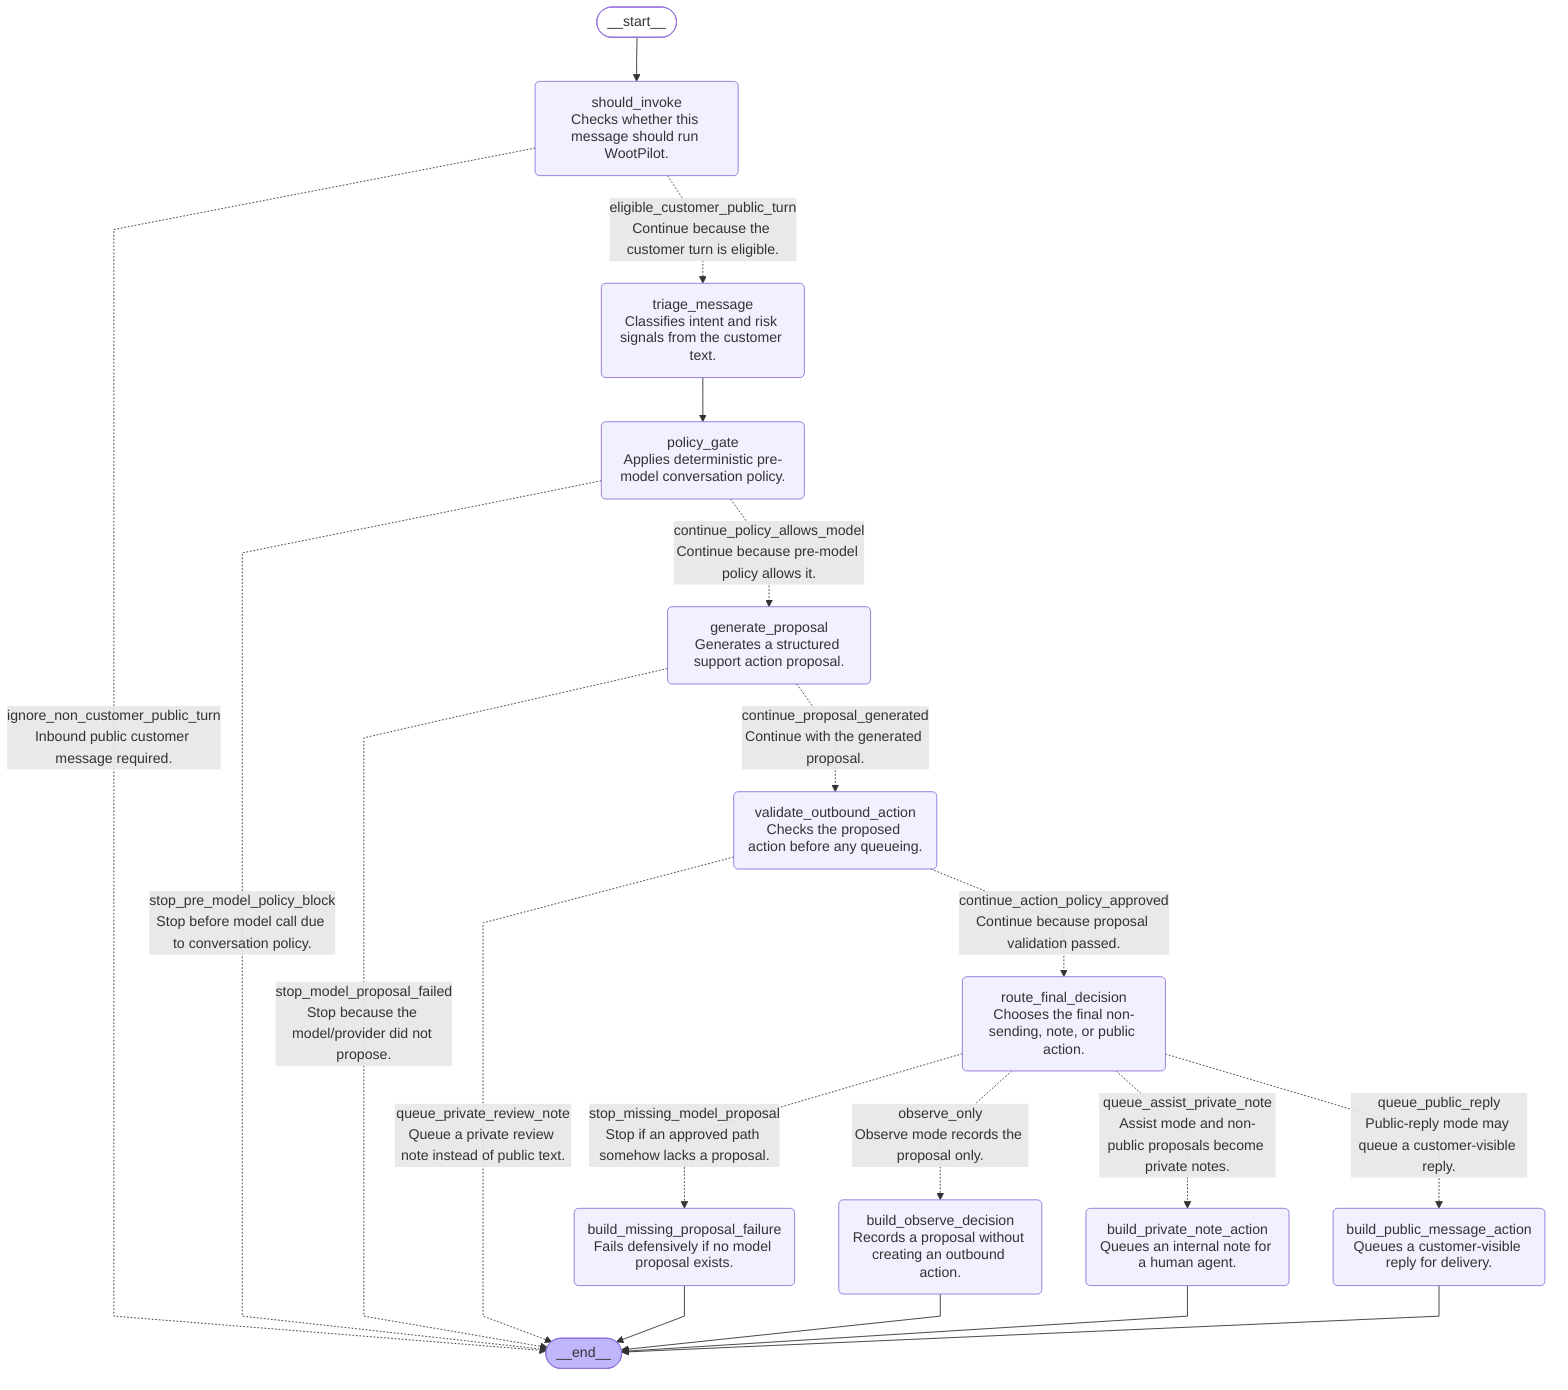
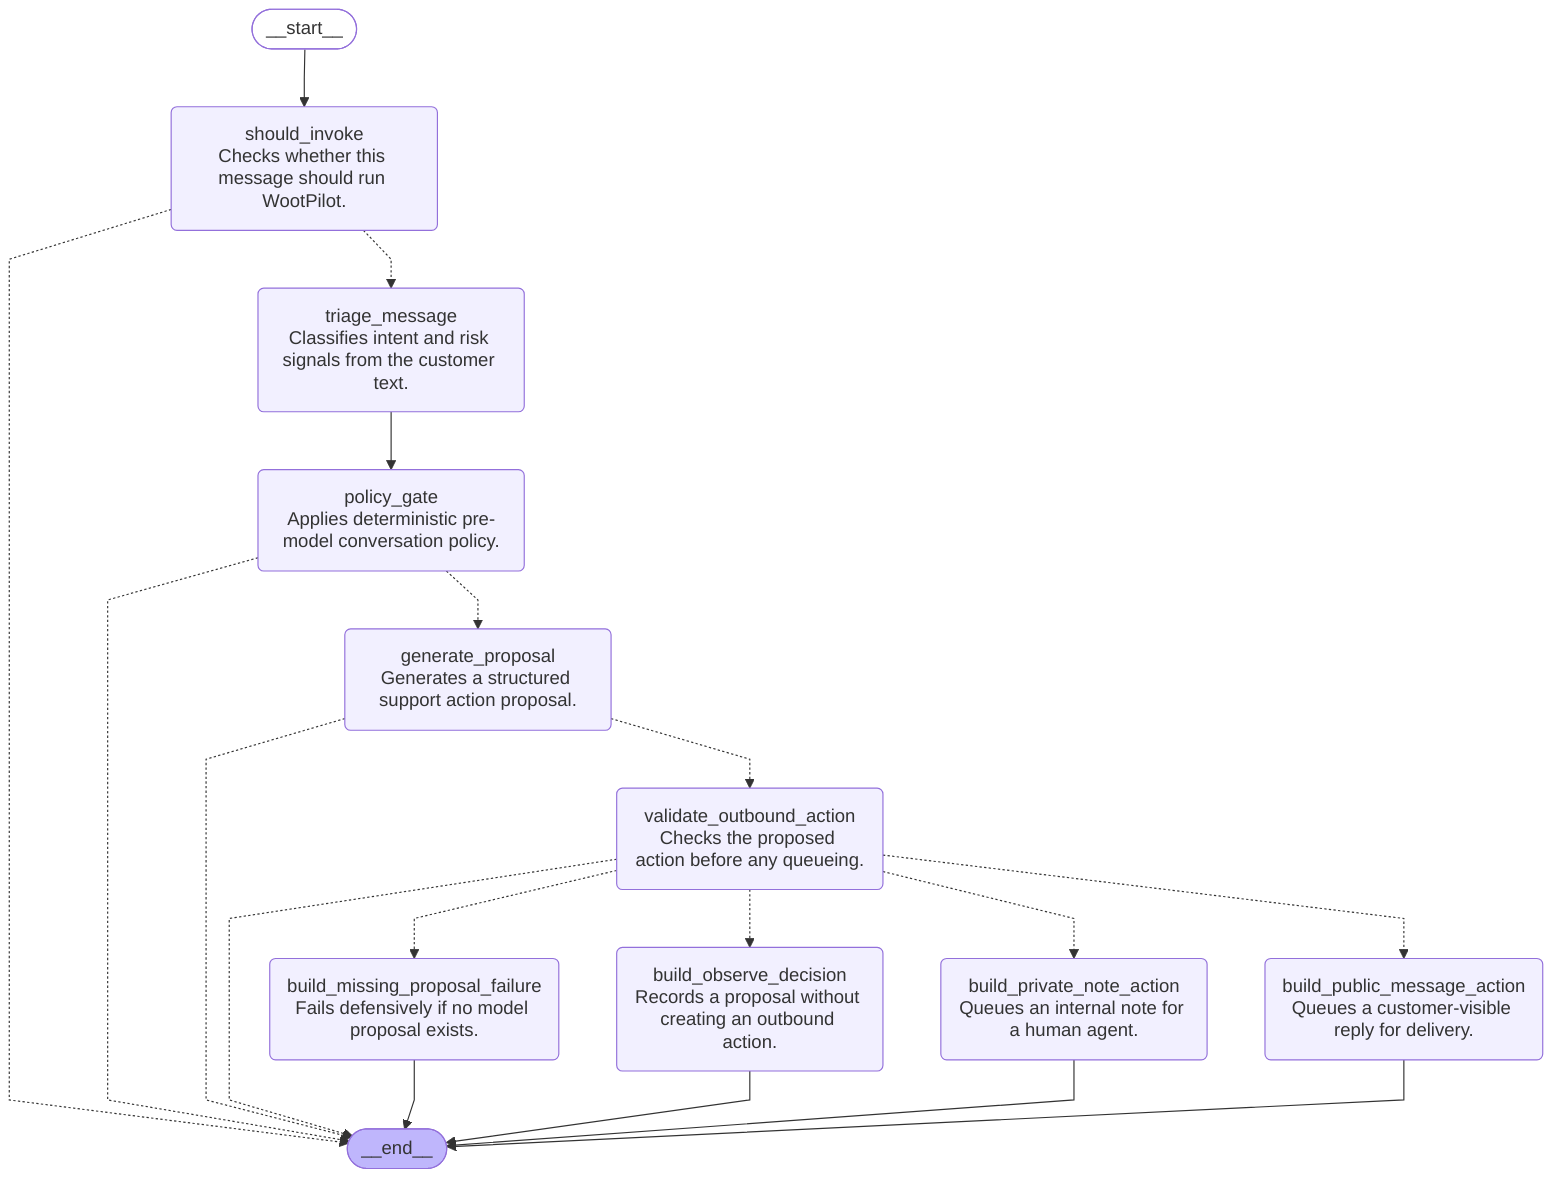
---
config:
  flowchart:
    curve: linear
---
graph TD;
	__start__([<p>__start__</p>]):::first
	should_invoke("should_invoke<br/>Checks whether this message should run WootPilot.")
	triage_message("triage_message<br/>Classifies intent and risk signals from the customer text.")
	policy_gate("policy_gate<br/>Applies deterministic pre-model conversation policy.")
	generate_proposal("generate_proposal<br/>Generates a structured support action proposal.")
	validate_outbound_action("validate_outbound_action<br/>Checks the proposed action before any queueing.")
- 	route_final_decision("route_final_decision<br/>Chooses the final non-sending, note, or public action.")
	build_observe_decision("build_observe_decision<br/>Records a proposal without creating an outbound action.")
	build_private_note_action("build_private_note_action<br/>Queues an internal note for a human agent.")
	build_public_message_action("build_public_message_action<br/>Queues a customer-visible reply for delivery.")
	build_missing_proposal_failure("build_missing_proposal_failure<br/>Fails defensively if no model proposal exists.")
	__end__([<p>__end__</p>]):::last
	__start__ --> should_invoke;
- 	generate_proposal -. "stop_model_proposal_failed<br/>Stop because the model/provider did not propose." .-> __end__;
- 	generate_proposal -. "continue_proposal_generated<br/>Continue with the generated proposal." .-> validate_outbound_action;
- 	policy_gate -. "stop_pre_model_policy_block<br/>Stop before model call due to conversation policy." .-> __end__;
- 	policy_gate -. "continue_policy_allows_model<br/>Continue because pre-model policy allows it." .-> generate_proposal;
- 	route_final_decision -. "stop_missing_model_proposal<br/>Stop if an approved path somehow lacks a proposal." .-> build_missing_proposal_failure;
- 	route_final_decision -. "observe_only<br/>Observe mode records the proposal only." .-> build_observe_decision;
- 	route_final_decision -. "queue_assist_private_note<br/>Assist mode and non-public proposals become private notes." .-> build_private_note_action;
- 	route_final_decision -. "queue_public_reply<br/>Public-reply mode may queue a customer-visible reply." .-> build_public_message_action;
- 	should_invoke -. "ignore_non_customer_public_turn<br/>Inbound public customer message required." .-> __end__;
- 	should_invoke -. "eligible_customer_public_turn<br/>Continue because the customer turn is eligible." .-> triage_message;
+ 	generate_proposal -.-> __end__;
+ 	generate_proposal -.-> validate_outbound_action;
+ 	policy_gate -.-> __end__;
+ 	policy_gate -.-> generate_proposal;
+ 	should_invoke -.-> __end__;
+ 	should_invoke -.-> triage_message;
	triage_message --> policy_gate;
- 	validate_outbound_action -. "queue_private_review_note<br/>Queue a private review note instead of public text." .-> __end__;
- 	validate_outbound_action -. "continue_action_policy_approved<br/>Continue because proposal validation passed." .-> route_final_decision;
+ 	validate_outbound_action -.-> __end__;
+ 	validate_outbound_action -.-> build_missing_proposal_failure;
+ 	validate_outbound_action -.-> build_observe_decision;
+ 	validate_outbound_action -.-> build_private_note_action;
+ 	validate_outbound_action -.-> build_public_message_action;
	build_missing_proposal_failure --> __end__;
	build_observe_decision --> __end__;
	build_private_note_action --> __end__;
	build_public_message_action --> __end__;
	classDef default fill:#f2f0ff,line-height:1.2
	classDef first fill-opacity:0
	classDef last fill:#bfb6fc
